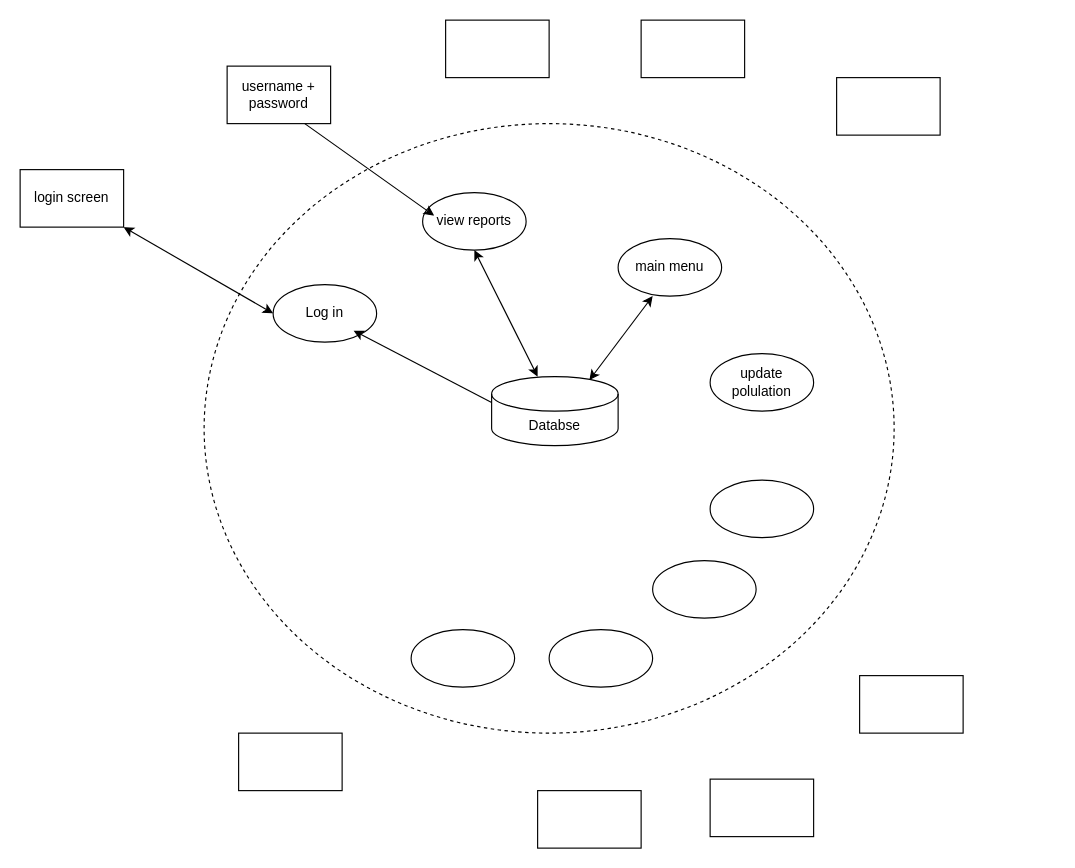
Above: page "Page-2" (2 of 2) of Untitled Diagram.drawio in zhuang18/zhuang18 (draw.io), before the change. Source tidied: cells renumbered, new cells numbered last; positions are measured from the earlier drawing's top-left corner, leaving out a move shared by most shapes. Both pictures are drawn from the tidied source at 115%, with x=0, y=0 at pixel (20, 20).
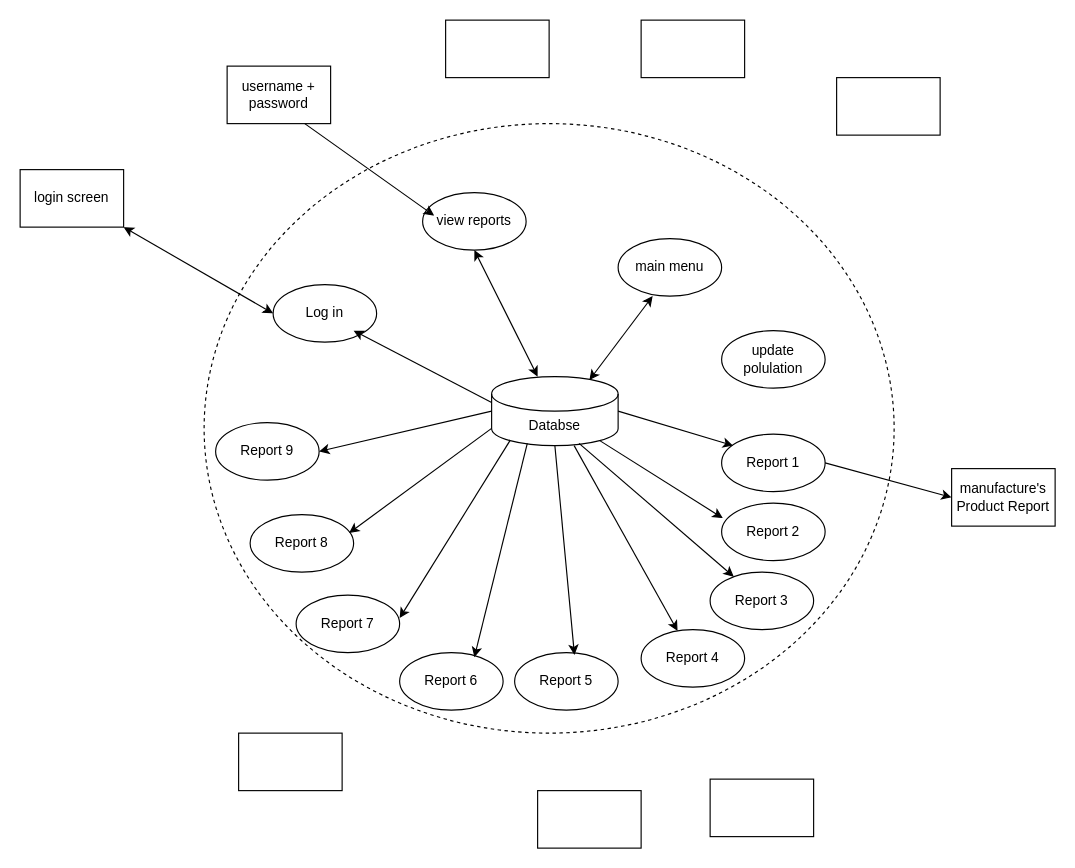
Above is the later version.

Unchanged cells that the change refers to:
```xml
<mxCell id="3" value="Databse" style="shape=cylinder3;whiteSpace=wrap;html=1;boundedLbl=1;backgroundOutline=1;size=15;" parent="1" vertex="1">
  <mxGeometry x="410" y="310" width="110" height="60" as="geometry" />
</mxCell>
```

The edit, as a diff of the source:
```diff
@@
-    <mxCell id="5" style="ellipse;whiteSpace=wrap;html=1;" parent="1" vertex="1">
-      <mxGeometry x="340" y="530" width="90" height="50" as="geometry" />
-    </mxCell>
-    <mxCell id="6" style="ellipse;whiteSpace=wrap;html=1;" parent="1" vertex="1">
-      <mxGeometry x="460" y="530" width="90" height="50" as="geometry" />
-    </mxCell>
-    <mxCell id="7" style="ellipse;whiteSpace=wrap;html=1;" parent="1" vertex="1">
-      <mxGeometry x="550" y="470" width="90" height="50" as="geometry" />
+    <mxCell id="7" value="Report 2" style="ellipse;whiteSpace=wrap;html=1;" parent="1" vertex="1">
+      <mxGeometry x="610" y="420" width="90" height="50" as="geometry" />
     </mxCell>
-    <mxCell id="8" style="ellipse;whiteSpace=wrap;html=1;" parent="1" vertex="1">
-      <mxGeometry x="600" y="400" width="90" height="50" as="geometry" />
+    <mxCell id="8" value="Report 1" style="ellipse;whiteSpace=wrap;html=1;" parent="1" vertex="1">
+      <mxGeometry x="610" y="360" width="90" height="50" as="geometry" />
     </mxCell>
     <mxCell id="9" value="update polulation" style="ellipse;whiteSpace=wrap;html=1;" parent="1" vertex="1">
-      <mxGeometry x="600" y="290" width="90" height="50" as="geometry" />
+      <mxGeometry x="610" y="270" width="90" height="50" as="geometry" />
     </mxCell>
@@
-    <mxCell id="15" style="rounded=0;whiteSpace=wrap;html=1;" parent="1" vertex="1">
-      <mxGeometry x="730" y="570" width="90" height="50" as="geometry" />
+    <mxCell id="15" value="manufacture's Product Report" style="rounded=0;whiteSpace=wrap;html=1;" parent="1" vertex="1">
+      <mxGeometry x="810" y="390" width="90" height="50" as="geometry" />
     </mxCell>
@@
+    <mxCell id="26" style="endArrow=classic;html=1;exitX=1;exitY=0.5;exitDx=0;exitDy=0;exitPerimeter=0;entryX=0.111;entryY=0.2;entryDx=0;entryDy=0;entryPerimeter=0;" parent="1" edge="1" source="3" target="8">
+      <mxGeometry relative="1" as="geometry" />
+    </mxCell>
+    <mxCell id="27" style="endArrow=classic;html=1;exitX=1;exitY=0.5;exitDx=0;exitDy=0;entryX=0;entryY=0.5;entryDx=0;entryDy=0;" parent="1" edge="1" source="8" target="15">
+      <mxGeometry relative="1" as="geometry" />
+    </mxCell>
+    <mxCell id="28" style="endArrow=classic;html=1;exitX=0.855;exitY=1;exitDx=0;exitDy=-4.35;exitPerimeter=0;entryX=0.011;entryY=0.26;entryDx=0;entryDy=0;entryPerimeter=0;" parent="1" edge="1" source="3" target="7">
+      <mxGeometry relative="1" as="geometry" />
+    </mxCell>
+    <mxCell id="29" value="Report 6" style="ellipse;whiteSpace=wrap;html=1;" parent="1" vertex="1">
+      <mxGeometry x="330" y="550" width="90" height="50" as="geometry" />
+    </mxCell>
+    <mxCell id="30" value="Report 5" style="ellipse;whiteSpace=wrap;html=1;" parent="1" vertex="1">
+      <mxGeometry x="430" y="550" width="90" height="50" as="geometry" />
+    </mxCell>
+    <mxCell id="31" value="Report 4" style="ellipse;whiteSpace=wrap;html=1;" parent="1" vertex="1">
+      <mxGeometry x="540" y="530" width="90" height="50" as="geometry" />
+    </mxCell>
+    <mxCell id="32" value="Report 3" style="ellipse;whiteSpace=wrap;html=1;" parent="1" vertex="1">
+      <mxGeometry x="600" y="480" width="90" height="50" as="geometry" />
+    </mxCell>
+    <mxCell id="33" value="Report 8" style="ellipse;whiteSpace=wrap;html=1;" parent="1" vertex="1">
+      <mxGeometry x="200" y="430" width="90" height="50" as="geometry" />
+    </mxCell>
+    <mxCell id="34" value="Report 7" style="ellipse;whiteSpace=wrap;html=1;" parent="1" vertex="1">
+      <mxGeometry x="240" y="500" width="90" height="50" as="geometry" />
+    </mxCell>
+    <mxCell id="35" value="Report 9" style="ellipse;whiteSpace=wrap;html=1;" parent="1" vertex="1">
+      <mxGeometry x="170" y="350" width="90" height="50" as="geometry" />
+    </mxCell>
+    <mxCell id="36" style="endArrow=classic;html=1;exitX=0.691;exitY=0.967;exitDx=0;exitDy=0;exitPerimeter=0;" parent="1" edge="1" source="3" target="32">
+      <mxGeometry relative="1" as="geometry" />
+    </mxCell>
+    <mxCell id="37" style="endArrow=classic;html=1;" parent="1" edge="1" source="3" target="31">
+      <mxGeometry relative="1" as="geometry" />
+    </mxCell>
+    <mxCell id="38" style="endArrow=classic;html=1;entryX=0.578;entryY=0.04;entryDx=0;entryDy=0;entryPerimeter=0;exitX=0.5;exitY=1;exitDx=0;exitDy=0;exitPerimeter=0;" parent="1" edge="1" source="3" target="30">
+      <mxGeometry relative="1" as="geometry" />
+    </mxCell>
+    <mxCell id="39" style="endArrow=classic;html=1;entryX=0.722;entryY=0.08;entryDx=0;entryDy=0;entryPerimeter=0;exitX=0.282;exitY=0.967;exitDx=0;exitDy=0;exitPerimeter=0;" parent="1" edge="1" source="3" target="29">
+      <mxGeometry relative="1" as="geometry" />
+    </mxCell>
+    <mxCell id="40" style="endArrow=classic;html=1;exitX=0.145;exitY=1;exitDx=0;exitDy=-4.35;exitPerimeter=0;" parent="1" edge="1" source="3">
+      <mxGeometry relative="1" as="geometry">
+        <mxPoint x="330" y="520" as="targetPoint" />
+      </mxGeometry>
+    </mxCell>
+    <mxCell id="41" style="endArrow=classic;html=1;exitX=0;exitY=1;exitDx=0;exitDy=-15;exitPerimeter=0;entryX=0.956;entryY=0.32;entryDx=0;entryDy=0;entryPerimeter=0;" parent="1" edge="1" source="3" target="33">
+      <mxGeometry relative="1" as="geometry" />
+    </mxCell>
+    <mxCell id="42" style="endArrow=classic;html=1;entryX=1;entryY=0.5;entryDx=0;entryDy=0;exitX=0;exitY=0.5;exitDx=0;exitDy=0;exitPerimeter=0;" parent="1" edge="1" source="3" target="35">
+      <mxGeometry relative="1" as="geometry" />
+    </mxCell>
```
